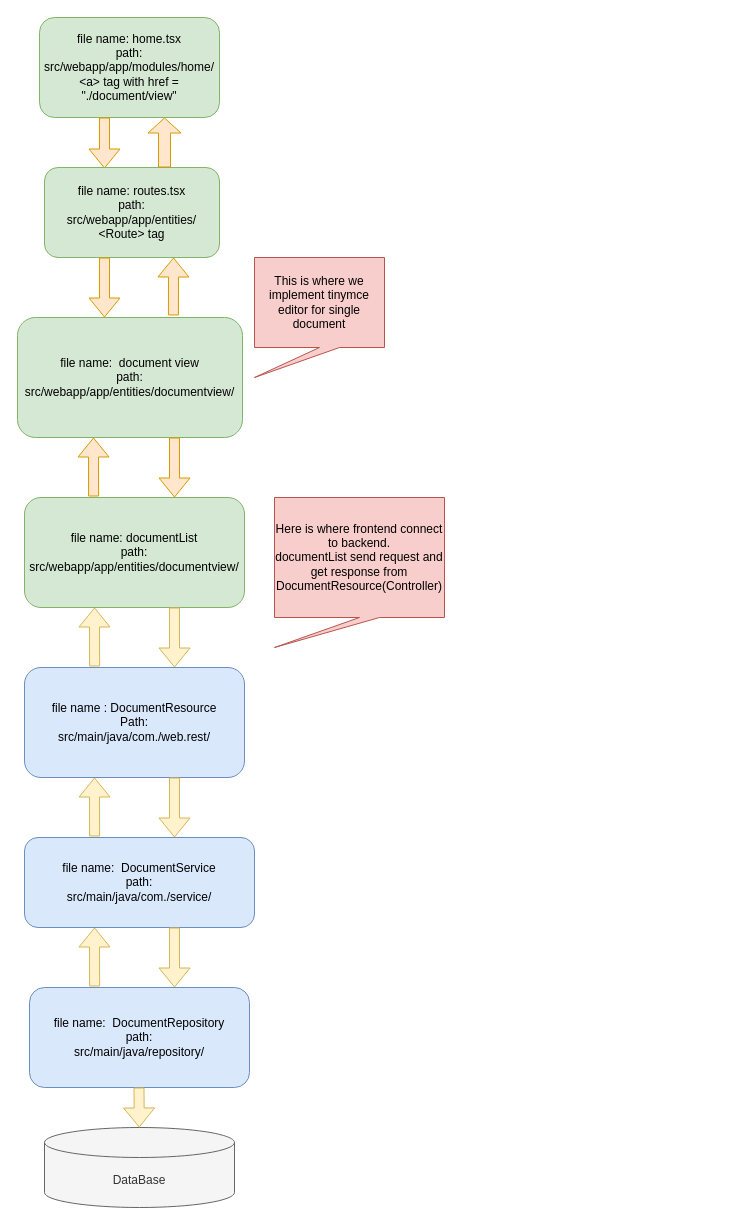
Above: Untitled Diagram.drawio in TypeTogether-A-Google-Docs-Clone/TT1 (draw.io), before the change. Source tidied: cells renumbered, new cells numbered last; positions are measured from the earlier drawing's top-left corner, leaving out a move shared by most shapes. Both pictures are drawn from the tidied source at 100%, with x=0, y=0 at pixel (17, 17).
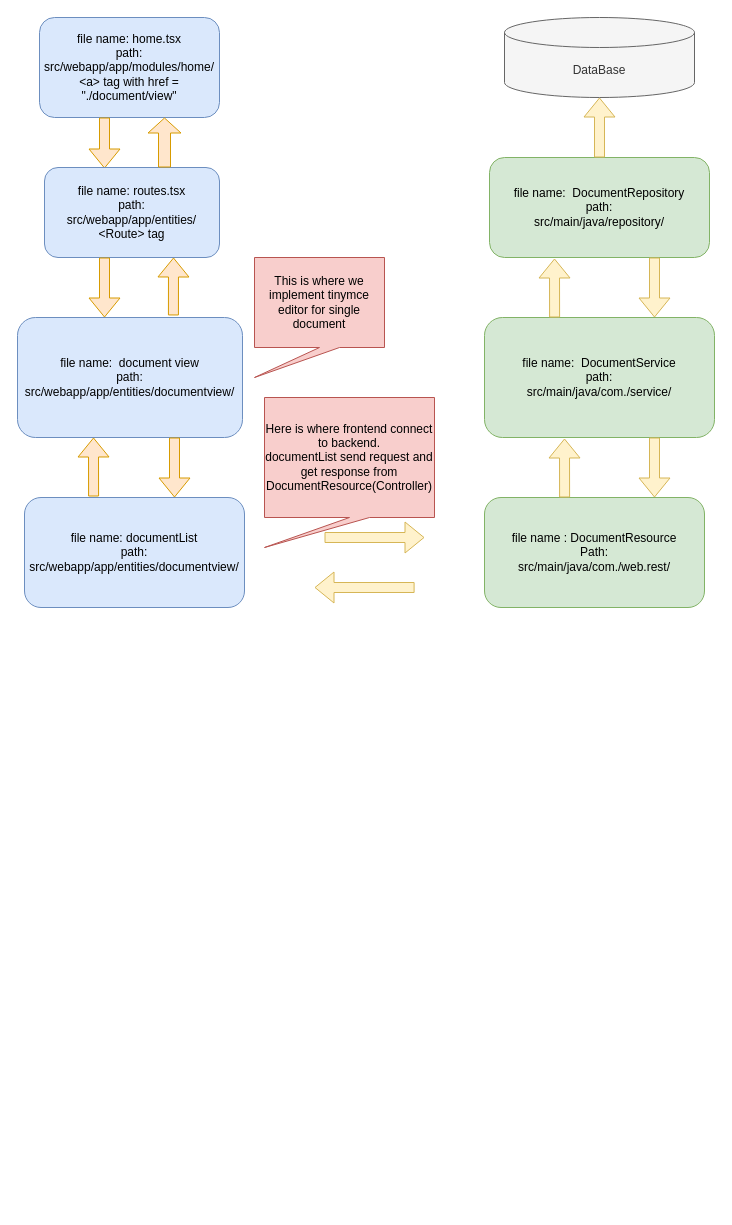
The same diagram, later.

Diff of the diagram source:
```diff
@@
-    <mxCell id="2" value="file name: home.tsx&lt;br&gt;path: src/webapp/app/modules/home/&lt;br&gt;&amp;lt;a&amp;gt; tag with href = &quot;./document/view&quot;" style="rounded=1;whiteSpace=wrap;html=1;fillColor=#d5e8d4;strokeColor=#82b366;" parent="1" vertex="1">
+    <mxCell id="2" value="file name: home.tsx&lt;br&gt;path: src/webapp/app/modules/home/&lt;br&gt;&amp;lt;a&amp;gt; tag with href = &quot;./document/view&quot;" style="rounded=1;whiteSpace=wrap;html=1;fillColor=#dae8fc;strokeColor=#6c8ebf;" parent="1" vertex="1">
       <mxGeometry x="22" width="180" height="100" as="geometry" />
     </mxCell>
@@
-    <mxCell id="4" value="file name: routes.tsx&lt;br&gt;path:&lt;br&gt;src/webapp/app/entities/&lt;br&gt;&amp;lt;Route&amp;gt; tag" style="rounded=1;whiteSpace=wrap;html=1;fillColor=#d5e8d4;strokeColor=#82b366;" parent="1" vertex="1">
+    <mxCell id="4" value="file name: routes.tsx&lt;br&gt;path:&lt;br&gt;src/webapp/app/entities/&lt;br&gt;&amp;lt;Route&amp;gt; tag" style="rounded=1;whiteSpace=wrap;html=1;fillColor=#dae8fc;strokeColor=#6c8ebf;" parent="1" vertex="1">
       <mxGeometry x="27" y="150" width="175" height="90" as="geometry" />
     </mxCell>
-    <mxCell id="5" value="file name: &amp;nbsp;document view&lt;br&gt;path:&lt;br&gt;src/webapp/app/entities/documentview/&lt;br&gt;" style="rounded=1;whiteSpace=wrap;html=1;fillColor=#d5e8d4;strokeColor=#82b366;" parent="1" vertex="1">
+    <mxCell id="5" value="file name: &amp;nbsp;document view&lt;br&gt;path:&lt;br&gt;src/webapp/app/entities/documentview/&lt;br&gt;" style="rounded=1;whiteSpace=wrap;html=1;fillColor=#dae8fc;strokeColor=#6c8ebf;" parent="1" vertex="1">
       <mxGeometry y="300" width="225" height="120" as="geometry" />
     </mxCell>
@@
-    <mxCell id="10" value="file name: documentList&lt;br&gt;path:&lt;br&gt;src/webapp/app/entities/documentview/" style="rounded=1;whiteSpace=wrap;html=1;fillColor=#d5e8d4;strokeColor=#82b366;" parent="1" vertex="1">
+    <mxCell id="10" value="file name: documentList&lt;br&gt;path:&lt;br&gt;src/webapp/app/entities/documentview/" style="rounded=1;whiteSpace=wrap;html=1;fillColor=#dae8fc;strokeColor=#6c8ebf;" parent="1" vertex="1">
       <mxGeometry x="7" y="480" width="220" height="110" as="geometry" />
     </mxCell>
@@
-    <mxCell id="13" value="file name: &amp;nbsp;DocumentRepository&lt;br&gt;path:&lt;br&gt;src/main/java/repository/" style="rounded=1;whiteSpace=wrap;html=1;fillColor=#dae8fc;strokeColor=#6c8ebf;" parent="1" vertex="1">
-      <mxGeometry x="12" y="970" width="220" height="100" as="geometry" />
+    <mxCell id="13" value="file name: &amp;nbsp;DocumentRepository&lt;br&gt;path:&lt;br&gt;src/main/java/repository/" style="rounded=1;whiteSpace=wrap;html=1;fillColor=#d5e8d4;strokeColor=#82b366;" parent="1" vertex="1">
+      <mxGeometry x="472" y="140" width="220" height="100" as="geometry" />
     </mxCell>
-    <mxCell id="14" value="file name : DocumentResource&lt;br&gt;Path:&lt;br&gt;src/main/java/com./web.rest/" style="rounded=1;whiteSpace=wrap;html=1;fillColor=#dae8fc;strokeColor=#6c8ebf;" parent="1" vertex="1">
-      <mxGeometry x="7" y="650" width="220" height="110" as="geometry" />
+    <mxCell id="14" value="file name : DocumentResource&lt;br&gt;Path:&lt;br&gt;src/main/java/com./web.rest/" style="rounded=1;whiteSpace=wrap;html=1;fillColor=#d5e8d4;strokeColor=#82b366;" parent="1" vertex="1">
+      <mxGeometry x="467" y="480" width="220" height="110" as="geometry" />
     </mxCell>
     <mxCell id="15" style="shape=flexArrow;endArrow=classic;html=1;rounded=0;exitX=0.314;exitY=-0.009;exitDx=0;exitDy=0;exitPerimeter=0;fillColor=#fff2cc;strokeColor=#d6b656;" parent="1" edge="1">
       <mxGeometry relative="1" as="geometry">
-        <mxPoint x="77.1" y="649" as="sourcePoint" />
-        <mxPoint x="77" y="590" as="targetPoint" />
+        <mxPoint x="397.1" y="570" as="sourcePoint" />
+        <mxPoint x="297" y="570" as="targetPoint" />
       </mxGeometry>
     </mxCell>
     <mxCell id="16" style="shape=flexArrow;endArrow=classic;html=1;rounded=0;fillColor=#fff2cc;strokeColor=#d6b656;" parent="1" edge="1">
       <mxGeometry relative="1" as="geometry">
-        <mxPoint x="157" y="590" as="sourcePoint" />
-        <mxPoint x="157" y="650" as="targetPoint" />
+        <mxPoint x="307" y="520" as="sourcePoint" />
+        <mxPoint x="407" y="520" as="targetPoint" />
       </mxGeometry>
     </mxCell>
     <mxCell id="17" value="Here is where frontend connect to backend.&lt;br&gt;documentList send request and get response from DocumentResource(Controller)" style="shape=callout;whiteSpace=wrap;html=1;perimeter=calloutPerimeter;position2=0;fillColor=#f8cecc;strokeColor=#b85450;" parent="1" vertex="1">
-      <mxGeometry x="257" y="480" width="170" height="150" as="geometry" />
+      <mxGeometry x="247" y="380" width="170" height="150" as="geometry" />
     </mxCell>
-    <mxCell id="18" value="file name: &amp;nbsp;DocumentService&lt;br&gt;path:&lt;br&gt;src/main/java/com./service/" style="rounded=1;whiteSpace=wrap;html=1;fillColor=#dae8fc;strokeColor=#6c8ebf;" parent="1" vertex="1">
-      <mxGeometry x="7" y="820" width="230" height="90" as="geometry" />
+    <mxCell id="18" value="file name: &amp;nbsp;DocumentService&lt;br&gt;path:&lt;br&gt;src/main/java/com./service/" style="rounded=1;whiteSpace=wrap;html=1;fillColor=#d5e8d4;strokeColor=#82b366;" parent="1" vertex="1">
+      <mxGeometry x="467" y="300" width="230" height="120" as="geometry" />
     </mxCell>
     <mxCell id="19" style="shape=flexArrow;endArrow=classic;html=1;rounded=0;exitX=0.314;exitY=-0.009;exitDx=0;exitDy=0;exitPerimeter=0;fillColor=#fff2cc;strokeColor=#d6b656;" parent="1" edge="1">
       <mxGeometry relative="1" as="geometry">
-        <mxPoint x="77.1" y="819" as="sourcePoint" />
-        <mxPoint x="77" y="760" as="targetPoint" />
+        <mxPoint x="547.1" y="480" as="sourcePoint" />
+        <mxPoint x="547" y="421" as="targetPoint" />
       </mxGeometry>
     </mxCell>
     <mxCell id="20" style="shape=flexArrow;endArrow=classic;html=1;rounded=0;fillColor=#fff2cc;strokeColor=#d6b656;" parent="1" edge="1">
       <mxGeometry relative="1" as="geometry">
-        <mxPoint x="157" y="760" as="sourcePoint" />
-        <mxPoint x="157" y="820" as="targetPoint" />
+        <mxPoint x="637" y="420" as="sourcePoint" />
+        <mxPoint x="637" y="480" as="targetPoint" />
       </mxGeometry>
     </mxCell>
     <mxCell id="21" style="shape=flexArrow;endArrow=classic;html=1;rounded=0;exitX=0.314;exitY=-0.009;exitDx=0;exitDy=0;exitPerimeter=0;fillColor=#fff2cc;strokeColor=#d6b656;" parent="1" edge="1">
       <mxGeometry relative="1" as="geometry">
-        <mxPoint x="77.1" y="969" as="sourcePoint" />
-        <mxPoint x="77" y="910" as="targetPoint" />
+        <mxPoint x="537.1" y="300" as="sourcePoint" />
+        <mxPoint x="537" y="241" as="targetPoint" />
       </mxGeometry>
     </mxCell>
     <mxCell id="22" style="shape=flexArrow;endArrow=classic;html=1;rounded=0;fillColor=#fff2cc;strokeColor=#d6b656;" parent="1" edge="1">
       <mxGeometry relative="1" as="geometry">
-        <mxPoint x="157" y="910" as="sourcePoint" />
-        <mxPoint x="157" y="970" as="targetPoint" />
+        <mxPoint x="637" y="240" as="sourcePoint" />
+        <mxPoint x="637" y="300" as="targetPoint" />
       </mxGeometry>
     </mxCell>
-    <mxCell id="23" style="shape=flexArrow;endArrow=classic;html=1;rounded=0;fillColor=#fff2cc;strokeColor=#d6b656;" parent="1" edge="1" target="24">
-      <mxGeometry relative="1" as="geometry">
-        <mxPoint x="121.5" y="1070" as="sourcePoint" />
-      </mxGeometry>
+    <mxCell id="23" style="shape=flexArrow;endArrow=classic;html=1;rounded=0;fillColor=#fff2cc;strokeColor=#d6b656;exitX=0.5;exitY=0;exitDx=0;exitDy=0;" parent="1" edge="1" source="13" target="24">
+      <mxGeometry relative="1" as="geometry" />
     </mxCell>
     <mxCell id="24" value="DataBase" style="shape=cylinder3;whiteSpace=wrap;html=1;boundedLbl=1;backgroundOutline=1;size=15;fillColor=#f5f5f5;strokeColor=#666666;fontColor=#333333;" parent="1" vertex="1">
-      <mxGeometry x="27" y="1110" width="190" height="80" as="geometry" />
+      <mxGeometry x="487" width="190" height="80" as="geometry" />
     </mxCell>
```
